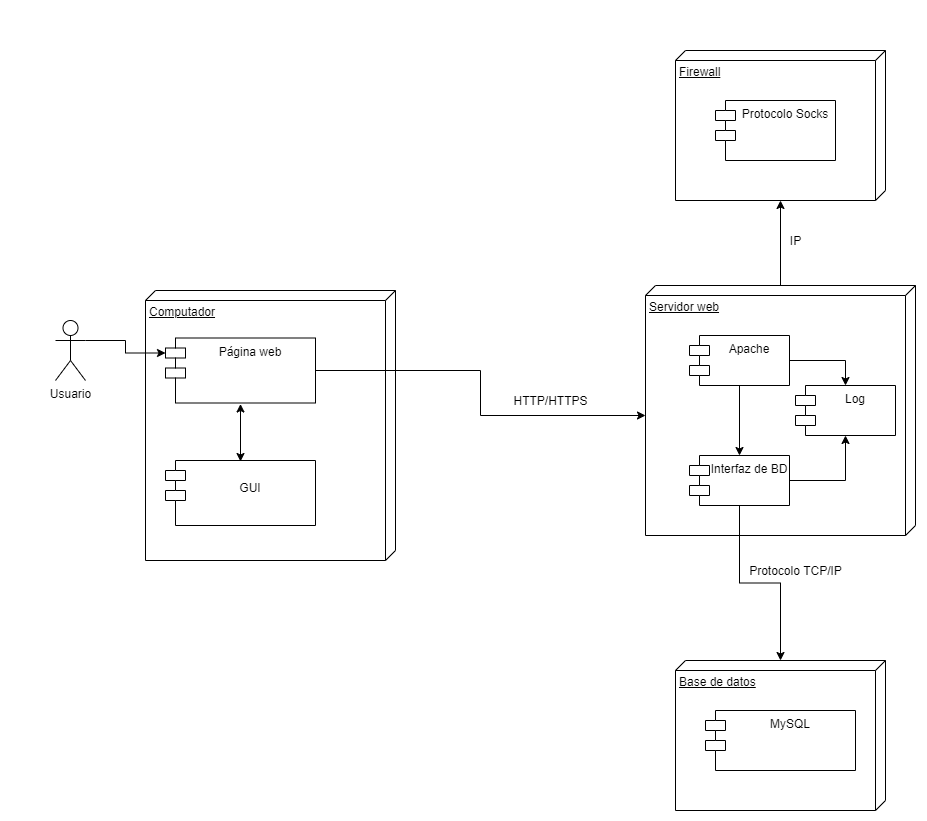
The draw.io diagram Diagrama de despliegue.png in shecheeee/Diagramas, before a commit. Source tidied: cells renumbered, new cells last; positions are measured from the earlier drawing's top-left corner, leaving out a move shared by most shapes.
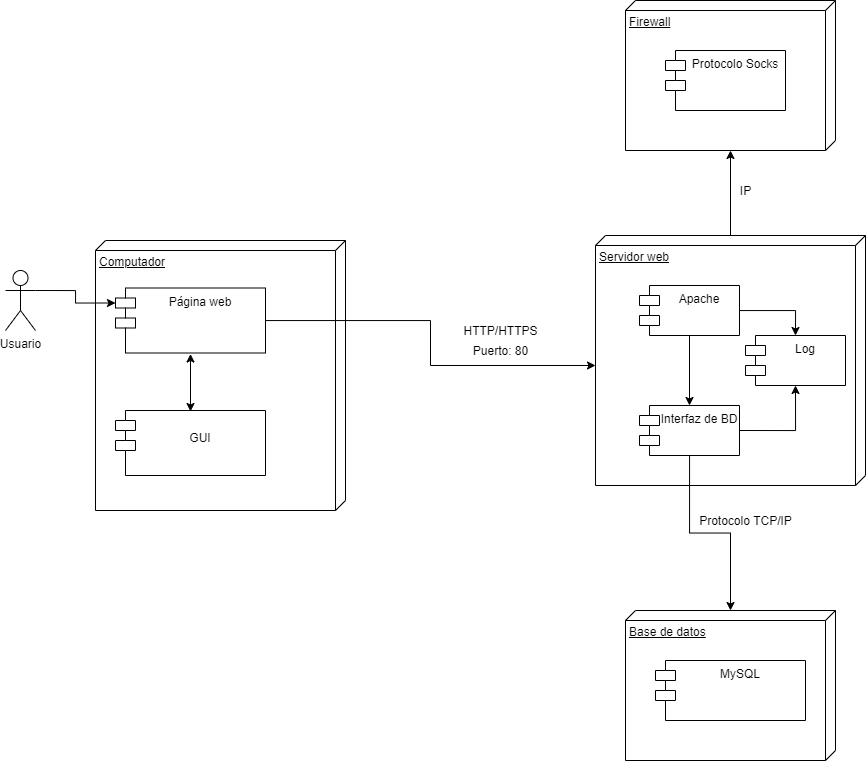
Above is the later version.

Diff of the diagram source:
```diff
@@ -66,7 +66,7 @@
       <mxGeometry x="660" y="50" width="120" height="60" as="geometry" />
     </mxCell>
     <mxCell id="22" value="HTTP/HTTPS" style="text;html=1;align=center;verticalAlign=middle;strokeColor=none;" parent="1" vertex="1">
-      <mxGeometry x="450" y="340" width="90" height="20" as="geometry" />
+      <mxGeometry x="450" y="320" width="90" height="20" as="geometry" />
     </mxCell>
     <mxCell id="23" value="Protocolo TCP/IP" style="text;html=1;align=center;verticalAlign=middle;strokeColor=none;" parent="1" vertex="1">
       <mxGeometry x="685" y="510" width="110" height="20" as="geometry" />
@@ -74,5 +74,8 @@
     <mxCell id="24" value="IP" style="text;html=1;align=center;verticalAlign=middle;strokeColor=none;" parent="1" vertex="1">
       <mxGeometry x="725" y="180" width="30" height="20" as="geometry" />
     </mxCell>
+    <mxCell id="25" value="Puerto: 80" style="text;html=1;align=center;verticalAlign=middle;strokeColor=none;" parent="1" vertex="1">
+      <mxGeometry x="460" y="340" width="70" height="20" as="geometry" />
+    </mxCell>
   </root>
 </mxGraphModel>
```
